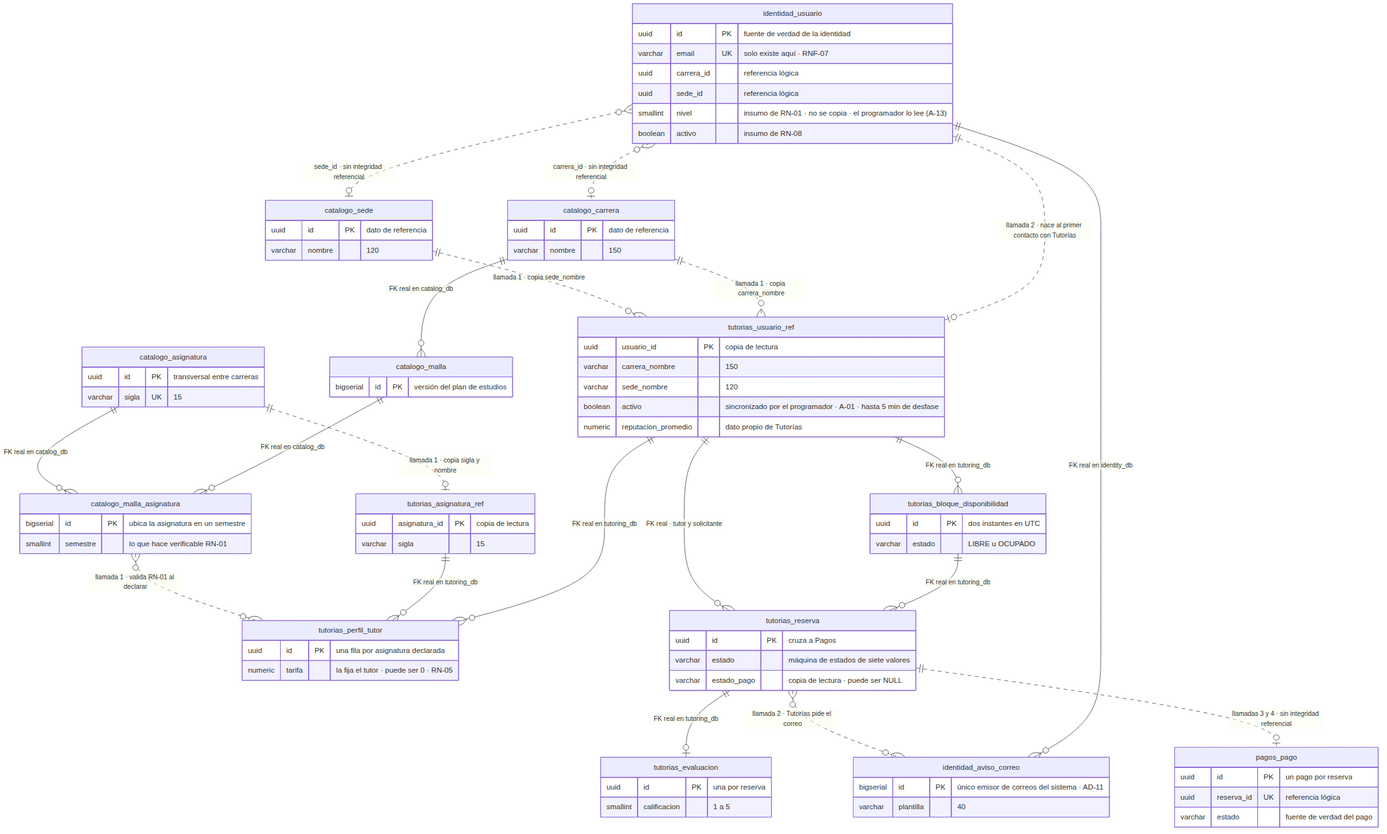
This is docs/diagramas/05_vista_global.png from Bacchi701/Plataforma-web-tutorias, a Mermaid export, as it was before one commit. Its source is kept beside it as docs/diagramas/05_vista_global.mmd. Its diagram source:
```mermaid
erDiagram
    identidad_usuario {
        uuid id PK "fuente de verdad de la identidad"
        varchar email UK "solo existe aquí · RNF-07"
        uuid carrera_id "referencia lógica"
        uuid sede_id "referencia lógica"
        smallint nivel "insumo de RN-01 · no se copia · el programador lo lee (A-13)"
        boolean activo "insumo de RN-08"
    }

    identidad_aviso_correo {
        bigserial id PK "único emisor de correos del sistema · AD-11"
        varchar plantilla "40"
    }

    catalogo_carrera {
        uuid id PK "dato de referencia"
        varchar nombre "150"
    }

    catalogo_sede {
        uuid id PK "dato de referencia"
        varchar nombre "120"
    }

    catalogo_malla {
        bigserial id PK "versión del plan de estudios"
    }

    catalogo_asignatura {
        uuid id PK "transversal entre carreras"
        varchar sigla UK "15"
    }

    catalogo_malla_asignatura {
        bigserial id PK "ubica la asignatura en un semestre"
        smallint semestre "lo que hace verificable RN-01"
    }

    tutorias_usuario_ref {
        uuid usuario_id PK "copia de lectura"
        varchar carrera_nombre "150"
        varchar sede_nombre "120"
        boolean activo "sincronizado por el programador · A-01 · hasta 5 min de desfase"
        numeric reputacion_promedio "dato propio de Tutorías"
    }

    tutorias_asignatura_ref {
        uuid asignatura_id PK "copia de lectura"
        varchar sigla "15"
    }

    tutorias_perfil_tutor {
        uuid id PK "una fila por asignatura declarada"
        numeric tarifa "la fija el tutor · puede ser 0 · RN-05"
    }

    tutorias_bloque_disponibilidad {
        uuid id PK "dos instantes en UTC"
        varchar estado "LIBRE u OCUPADO"
    }

    tutorias_reserva {
        uuid id PK "cruza a Pagos"
        varchar estado "máquina de estados de siete valores"
        varchar estado_pago "copia de lectura · puede ser NULL"
    }

    tutorias_evaluacion {
        uuid id PK "una por reserva"
        smallint calificacion "1 a 5"
    }

    pagos_pago {
        uuid id PK "un pago por reserva"
        uuid reserva_id UK "referencia lógica"
        varchar estado "fuente de verdad del pago"
    }

    identidad_usuario ||--o{ identidad_aviso_correo : "FK real en identity_db"
    catalogo_carrera ||--o{ catalogo_malla : "FK real en catalog_db"
    catalogo_malla ||--o{ catalogo_malla_asignatura : "FK real en catalog_db"
    catalogo_asignatura ||--o{ catalogo_malla_asignatura : "FK real en catalog_db"
    tutorias_usuario_ref ||--o{ tutorias_perfil_tutor : "FK real en tutoring_db"
    tutorias_asignatura_ref ||--o{ tutorias_perfil_tutor : "FK real en tutoring_db"
    tutorias_usuario_ref ||--o{ tutorias_bloque_disponibilidad : "FK real en tutoring_db"
    tutorias_bloque_disponibilidad ||--o{ tutorias_reserva : "FK real en tutoring_db"
    tutorias_usuario_ref ||--o{ tutorias_reserva : "FK real · tutor y solicitante"
    tutorias_reserva ||--o| tutorias_evaluacion : "FK real en tutoring_db"

    identidad_usuario ||..o| tutorias_usuario_ref : "llamada 2 · nace al primer contacto con Tutorías"
    catalogo_carrera ||..o{ tutorias_usuario_ref : "llamada 1 · copia carrera_nombre"
    catalogo_sede ||..o{ tutorias_usuario_ref : "llamada 1 · copia sede_nombre"
    catalogo_asignatura ||..o| tutorias_asignatura_ref : "llamada 1 · copia sigla y nombre"
    catalogo_malla_asignatura }o..o{ tutorias_perfil_tutor : "llamada 1 · valida RN-01 al declarar"
    identidad_usuario }o..o| catalogo_carrera : "carrera_id · sin integridad referencial"
    identidad_usuario }o..o| catalogo_sede : "sede_id · sin integridad referencial"
    tutorias_reserva ||..o| pagos_pago : "llamadas 3 y 4 · sin integridad referencial"
    tutorias_reserva }o..o{ identidad_aviso_correo : "llamada 2 · Tutorías pide el correo"
```
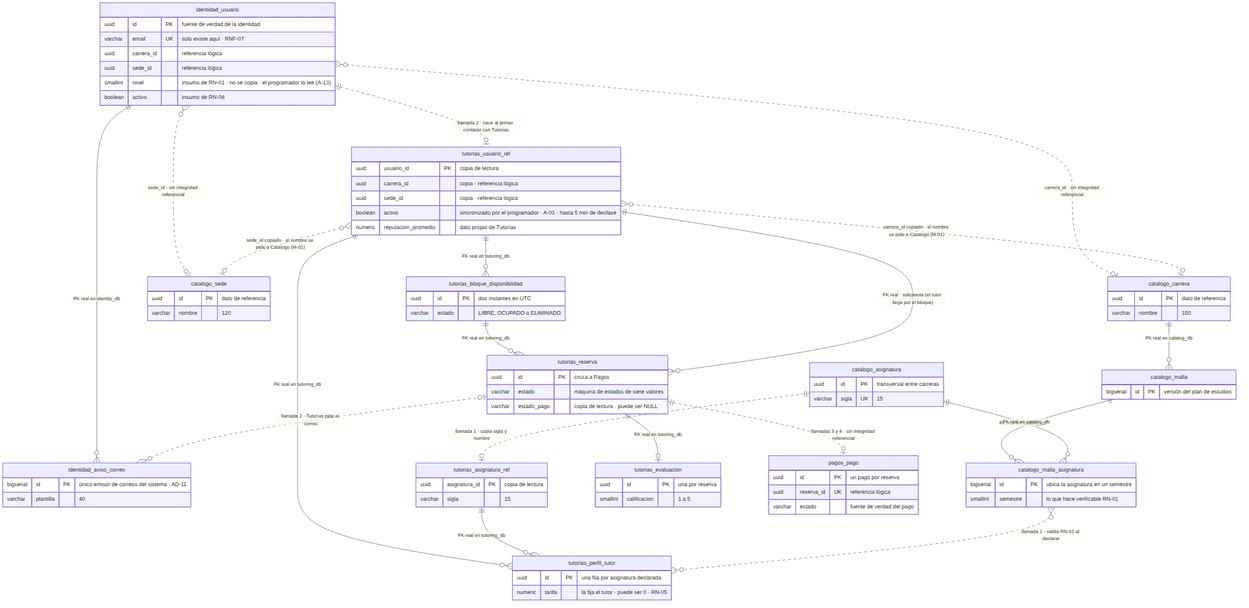
After the commit.

The edit, as a diff of the source:
```diff
@@ -39,8 +39,8 @@
 
     tutorias_usuario_ref {
         uuid usuario_id PK "copia de lectura"
-        varchar carrera_nombre "150"
-        varchar sede_nombre "120"
+        uuid carrera_id "copia · referencia lógica"
+        uuid sede_id "copia · referencia lógica"
         boolean activo "sincronizado por el programador · A-01 · hasta 5 min de desfase"
         numeric reputacion_promedio "dato propio de Tutorías"
     }
@@ -57,7 +57,7 @@
 
     tutorias_bloque_disponibilidad {
         uuid id PK "dos instantes en UTC"
-        varchar estado "LIBRE u OCUPADO"
+        varchar estado "LIBRE, OCUPADO o ELIMINADO"
     }
 
     tutorias_reserva {
@@ -85,15 +85,15 @@
     tutorias_asignatura_ref ||--o{ tutorias_perfil_tutor : "FK real en tutoring_db"
     tutorias_usuario_ref ||--o{ tutorias_bloque_disponibilidad : "FK real en tutoring_db"
     tutorias_bloque_disponibilidad ||--o{ tutorias_reserva : "FK real en tutoring_db"
-    tutorias_usuario_ref ||--o{ tutorias_reserva : "FK real · tutor y solicitante"
+    tutorias_usuario_ref ||--o{ tutorias_reserva : "FK real · solicitante (el tutor llega por el bloque)"
     tutorias_reserva ||--o| tutorias_evaluacion : "FK real en tutoring_db"
 
     identidad_usuario ||..o| tutorias_usuario_ref : "llamada 2 · nace al primer contacto con Tutorías"
-    catalogo_carrera ||..o{ tutorias_usuario_ref : "llamada 1 · copia carrera_nombre"
-    catalogo_sede ||..o{ tutorias_usuario_ref : "llamada 1 · copia sede_nombre"
     catalogo_asignatura ||..o| tutorias_asignatura_ref : "llamada 1 · copia sigla y nombre"
     catalogo_malla_asignatura }o..o{ tutorias_perfil_tutor : "llamada 1 · valida RN-01 al declarar"
     identidad_usuario }o..o| catalogo_carrera : "carrera_id · sin integridad referencial"
     identidad_usuario }o..o| catalogo_sede : "sede_id · sin integridad referencial"
+    tutorias_usuario_ref }o..o| catalogo_carrera : "carrera_id copiado · el nombre se pide a Catálogo (M-01)"
+    tutorias_usuario_ref }o..o| catalogo_sede : "sede_id copiado · el nombre se pide a Catálogo (M-01)"
     tutorias_reserva ||..o| pagos_pago : "llamadas 3 y 4 · sin integridad referencial"
-    tutorias_reserva }o..o{ identidad_aviso_correo : "llamada 2 · Tutorías pide el correo"
+    tutorias_reserva |o..o{ identidad_aviso_correo : "llamada 2 · Tutorías pide el correo"
```
